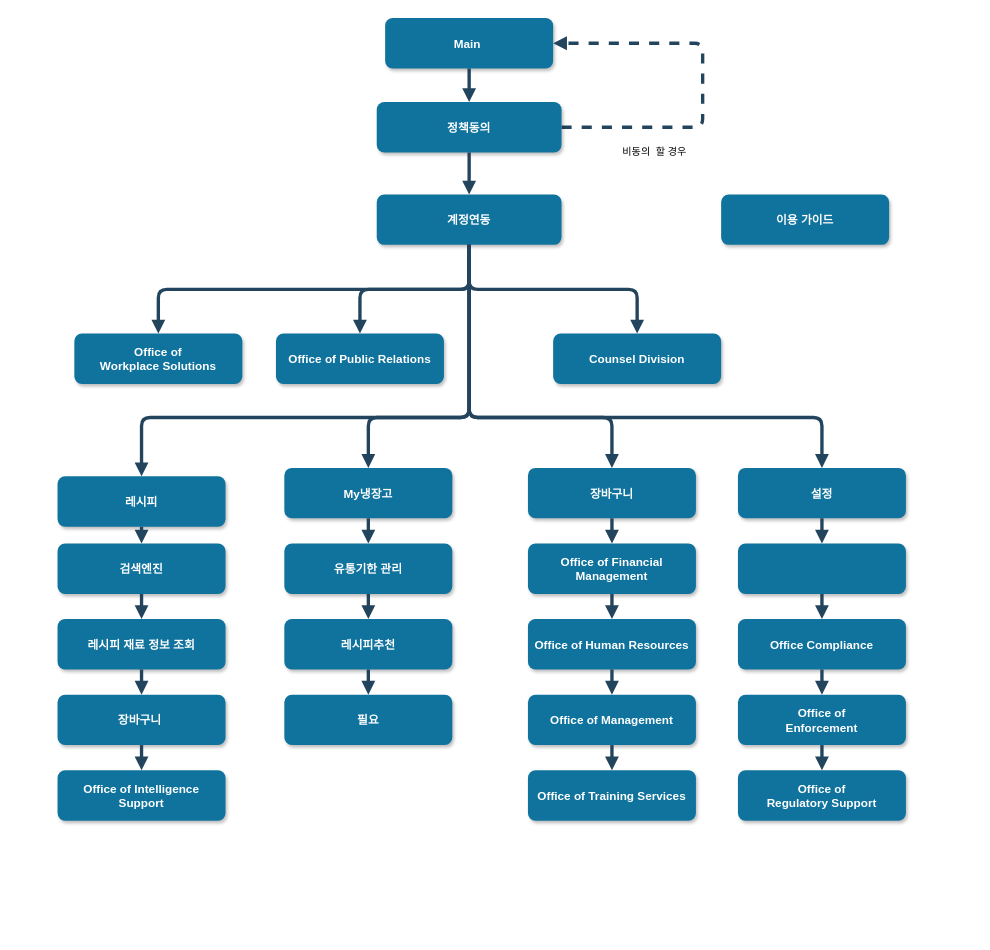
The draw.io diagram Untitled Diagram.drawio in rlaqhrns/Main_sub, before the edit. Source tidied: cells renumbered, new cells numbered last; positions are measured from the earlier drawing's top-left corner, leaving out a move shared by most shapes. Both pictures are drawn from the tidied source at 84%, with x=0, y=0 at pixel (57, 18).
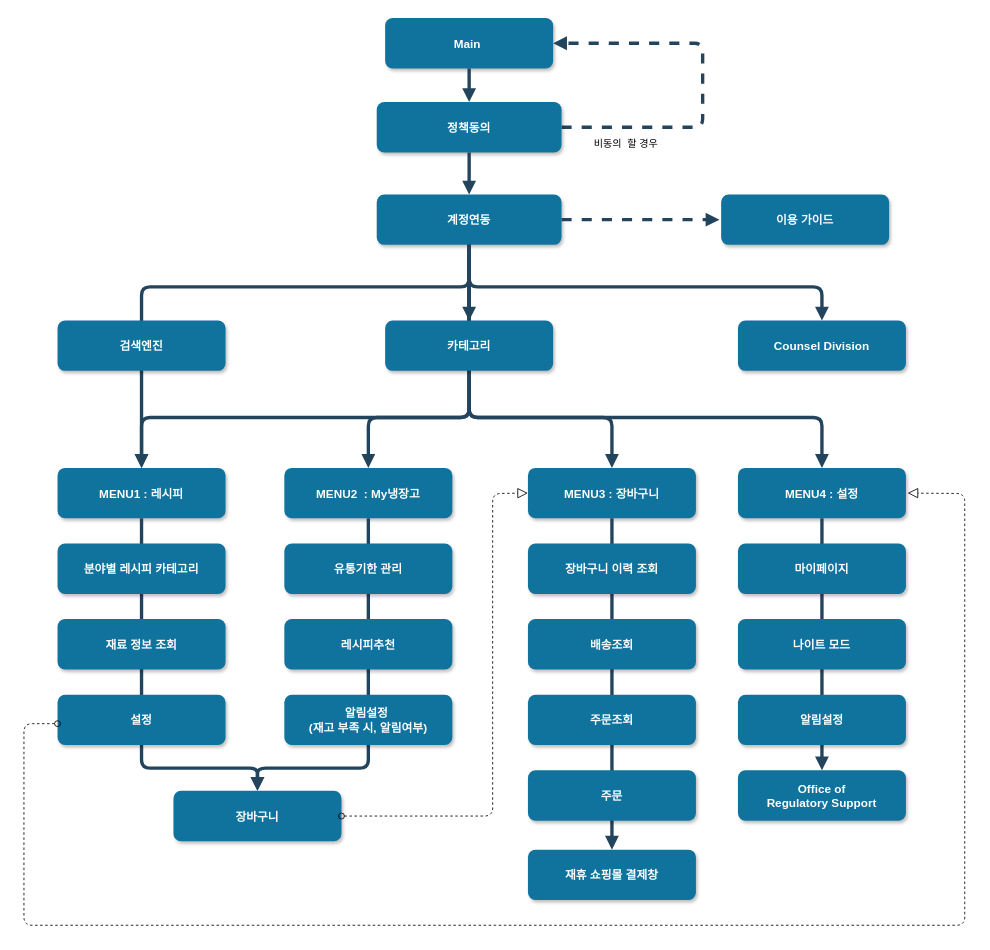
Above is the later version.

The change refers to these unchanged cells:
```xml
<mxCell id="3" value="계정연동" style="rounded=1;fillColor=#10739E;strokeColor=none;shadow=1;gradientColor=none;fontStyle=1;fontColor=#FFFFFF;fontSize=14;" parent="1" vertex="1">
  <mxGeometry x="380" y="210" width="220" height="60" as="geometry" />
</mxCell>
<mxCell id="26" value="Office of&#10; Regulatory Support" style="rounded=1;fillColor=#10739E;strokeColor=none;shadow=1;gradientColor=none;fontStyle=1;fontColor=#FFFFFF;fontSize=14;" parent="1" vertex="1">
  <mxGeometry x="810" y="895.5" width="200" height="60" as="geometry" />
</mxCell>
```

Change to the diagram source:
```diff
@@
-    <mxCell id="4" value="Office of &#10;Workplace Solutions" style="rounded=1;fillColor=#10739E;strokeColor=none;shadow=1;gradientColor=none;fontStyle=1;fontColor=#FFFFFF;fontSize=14;" parent="1" vertex="1">
-      <mxGeometry x="20" y="375.5" width="200" height="60" as="geometry" />
-    </mxCell>
-    <mxCell id="5" value="Office of Public Relations" style="rounded=1;fillColor=#10739E;strokeColor=none;shadow=1;gradientColor=none;fontStyle=1;fontColor=#FFFFFF;fontSize=14;" parent="1" vertex="1">
-      <mxGeometry x="260" y="375.5" width="200" height="60" as="geometry" />
-    </mxCell>
     <mxCell id="6" value="Counsel Division" style="rounded=1;fillColor=#10739E;strokeColor=none;shadow=1;gradientColor=none;fontStyle=1;fontColor=#FFFFFF;fontSize=14;" parent="1" vertex="1">
-      <mxGeometry x="590" y="375.5" width="200" height="60" as="geometry" />
+      <mxGeometry x="810" y="360" width="200" height="60" as="geometry" />
     </mxCell>
@@
-    <mxCell id="8" value="레시피" style="rounded=1;fillColor=#10739E;strokeColor=none;shadow=1;gradientColor=none;fontStyle=1;fontColor=#FFFFFF;fontSize=14;" parent="1" vertex="1">
-      <mxGeometry y="545.5" width="200" height="60" as="geometry" />
+    <mxCell id="8" value="MENU1 : 레시피" style="rounded=1;fillColor=#10739E;strokeColor=none;shadow=1;gradientColor=none;fontStyle=1;fontColor=#FFFFFF;fontSize=14;" parent="1" vertex="1">
+      <mxGeometry y="535.5" width="200" height="60" as="geometry" />
     </mxCell>
-    <mxCell id="9" value="검색엔진" style="rounded=1;fillColor=#10739E;strokeColor=none;shadow=1;gradientColor=none;fontStyle=1;fontColor=#FFFFFF;fontSize=14;" parent="1" vertex="1">
-      <mxGeometry y="625.5" width="200" height="60" as="geometry" />
-    </mxCell>
-    <mxCell id="10" value="레시피 재료 정보 조회" style="rounded=1;fillColor=#10739E;strokeColor=none;shadow=1;gradientColor=none;fontStyle=1;fontColor=#FFFFFF;fontSize=14;" parent="1" vertex="1">
-      <mxGeometry y="715.5" width="200" height="60" as="geometry" />
-    </mxCell>
-    <mxCell id="11" value="장바구니 " style="rounded=1;fillColor=#10739E;strokeColor=none;shadow=1;gradientColor=none;fontStyle=1;fontColor=#FFFFFF;fontSize=14;" parent="1" vertex="1">
-      <mxGeometry y="805.5" width="200" height="60" as="geometry" />
-    </mxCell>
-    <mxCell id="12" value="Office of Intelligence &#10;Support" style="rounded=1;fillColor=#10739E;strokeColor=none;shadow=1;gradientColor=none;fontStyle=1;fontColor=#FFFFFF;fontSize=14;" parent="1" vertex="1">
-      <mxGeometry y="895.5" width="200" height="60" as="geometry" />
+    <mxCell id="12" value="장바구니" style="rounded=1;fillColor=#10739E;strokeColor=none;shadow=1;gradientColor=none;fontStyle=1;fontColor=#FFFFFF;fontSize=14;" parent="1" vertex="1">
+      <mxGeometry x="138" y="920" width="200" height="60" as="geometry" />
     </mxCell>
-    <mxCell id="13" value="My냉장고" style="rounded=1;fillColor=#10739E;strokeColor=none;shadow=1;gradientColor=none;fontStyle=1;fontColor=#FFFFFF;fontSize=14;" parent="1" vertex="1">
+    <mxCell id="13" value="MENU2  : My냉장고" style="rounded=1;fillColor=#10739E;strokeColor=none;shadow=1;gradientColor=none;fontStyle=1;fontColor=#FFFFFF;fontSize=14;" parent="1" vertex="1">
       <mxGeometry x="270" y="535.5" width="200" height="60" as="geometry" />
     </mxCell>
-    <mxCell id="14" value="유통기한 관리" style="rounded=1;fillColor=#10739E;strokeColor=none;shadow=1;gradientColor=none;fontStyle=1;fontColor=#FFFFFF;fontSize=14;" parent="1" vertex="1">
-      <mxGeometry x="270" y="625.5" width="200" height="60" as="geometry" />
-    </mxCell>
-    <mxCell id="15" value="레시피추천" style="rounded=1;fillColor=#10739E;strokeColor=none;shadow=1;gradientColor=none;fontStyle=1;fontColor=#FFFFFF;fontSize=14;" parent="1" vertex="1">
-      <mxGeometry x="270" y="715.5" width="200" height="60" as="geometry" />
-    </mxCell>
-    <mxCell id="16" value="필요" style="rounded=1;fillColor=#10739E;strokeColor=none;shadow=1;gradientColor=none;fontStyle=1;fontColor=#FFFFFF;fontSize=14;" parent="1" vertex="1">
-      <mxGeometry x="270" y="805.5" width="200" height="60" as="geometry" />
-    </mxCell>
-    <mxCell id="17" value="장바구니" style="rounded=1;fillColor=#10739E;strokeColor=none;shadow=1;gradientColor=none;fontStyle=1;fontColor=#FFFFFF;fontSize=14;" parent="1" vertex="1">
+    <mxCell id="17" value="MENU3 : 장바구니" style="rounded=1;fillColor=#10739E;strokeColor=none;shadow=1;gradientColor=none;fontStyle=1;fontColor=#FFFFFF;fontSize=14;" parent="1" vertex="1">
       <mxGeometry x="560" y="535.5" width="200" height="60" as="geometry" />
     </mxCell>
-    <mxCell id="18" value="Office of Financial &#10;Management" style="rounded=1;fillColor=#10739E;strokeColor=none;shadow=1;gradientColor=none;fontStyle=1;fontColor=#FFFFFF;fontSize=14;" parent="1" vertex="1">
-      <mxGeometry x="560" y="625.5" width="200" height="60" as="geometry" />
-    </mxCell>
-    <mxCell id="19" value="Office of Human Resources" style="rounded=1;fillColor=#10739E;strokeColor=none;shadow=1;gradientColor=none;fontStyle=1;fontColor=#FFFFFF;fontSize=14;" parent="1" vertex="1">
-      <mxGeometry x="560" y="715.5" width="200" height="60" as="geometry" />
-    </mxCell>
-    <mxCell id="20" value="Office of Management " style="rounded=1;fillColor=#10739E;strokeColor=none;shadow=1;gradientColor=none;fontStyle=1;fontColor=#FFFFFF;fontSize=14;" parent="1" vertex="1">
-      <mxGeometry x="560" y="805.5" width="200" height="60" as="geometry" />
-    </mxCell>
-    <mxCell id="21" value="Office of Training Services" style="rounded=1;fillColor=#10739E;strokeColor=none;shadow=1;gradientColor=none;fontStyle=1;fontColor=#FFFFFF;fontSize=14;" parent="1" vertex="1">
-      <mxGeometry x="560" y="895.5" width="200" height="60" as="geometry" />
-    </mxCell>
-    <mxCell id="22" value="설정" style="rounded=1;fillColor=#10739E;strokeColor=none;shadow=1;gradientColor=none;fontStyle=1;fontColor=#FFFFFF;fontSize=14;" parent="1" vertex="1">
+    <mxCell id="22" value="MENU4 : 설정" style="rounded=1;fillColor=#10739E;strokeColor=none;shadow=1;gradientColor=none;fontStyle=1;fontColor=#FFFFFF;fontSize=14;" parent="1" vertex="1">
       <mxGeometry x="810" y="535.5" width="200" height="60" as="geometry" />
     </mxCell>
-    <mxCell id="23" style="rounded=1;fillColor=#10739E;strokeColor=none;shadow=1;gradientColor=none;fontStyle=1;fontColor=#FFFFFF;fontSize=14;" parent="1" vertex="1">
-      <mxGeometry x="810" y="625.5" width="200" height="60" as="geometry" />
-    </mxCell>
-    <mxCell id="24" value="Office Compliance" style="rounded=1;fillColor=#10739E;strokeColor=none;shadow=1;gradientColor=none;fontStyle=1;fontColor=#FFFFFF;fontSize=14;" parent="1" vertex="1">
-      <mxGeometry x="810" y="715.5" width="200" height="60" as="geometry" />
-    </mxCell>
-    <mxCell id="25" value="Office of &#10;Enforcement" style="rounded=1;fillColor=#10739E;strokeColor=none;shadow=1;gradientColor=none;fontStyle=1;fontColor=#FFFFFF;fontSize=14;" parent="1" vertex="1">
-      <mxGeometry x="810" y="805.5" width="200" height="60" as="geometry" />
-    </mxCell>
@@
-    <mxCell id="29" style="edgeStyle=elbowEdgeStyle;elbow=vertical;strokeWidth=4;endArrow=block;endFill=1;fontStyle=1;strokeColor=#23445D;" parent="1" edge="1" source="3" target="4">
-      <mxGeometry x="22" y="165.5" as="geometry" />
+    <mxCell id="29" style="edgeStyle=elbowEdgeStyle;elbow=vertical;strokeWidth=4;endArrow=block;endFill=1;fontStyle=1;strokeColor=#23445D;entryX=0.5;entryY=0;entryDx=0;entryDy=0;" parent="1" edge="1" source="3" target="8">
+      <mxGeometry x="22" y="165.5" as="geometry">
+        <Array as="points">
+          <mxPoint x="288" y="320" />
+        </Array>
+      </mxGeometry>
     </mxCell>
     <mxCell id="30" style="edgeStyle=elbowEdgeStyle;elbow=vertical;strokeWidth=4;endArrow=block;endFill=1;fontStyle=1;strokeColor=#23445D;" parent="1" edge="1" source="3" target="6">
-      <mxGeometry x="22" y="165.5" as="geometry" />
+      <mxGeometry x="22" y="165.5" as="geometry">
+        <Array as="points">
+          <mxPoint x="698" y="320" />
+        </Array>
+      </mxGeometry>
     </mxCell>
@@
-    <mxCell id="32" style="edgeStyle=elbowEdgeStyle;elbow=vertical;strokeWidth=4;endArrow=block;endFill=1;fontStyle=1;strokeColor=#23445D;" parent="1" edge="1" source="3" target="8">
+    <mxCell id="32" style="edgeStyle=elbowEdgeStyle;elbow=vertical;strokeWidth=4;endArrow=block;endFill=1;fontStyle=1;strokeColor=#23445D;entryX=0.5;entryY=0;entryDx=0;entryDy=0;" parent="1" edge="1" source="3" target="8">
       <mxGeometry x="22" y="165.5" as="geometry">
         <Array as="points">
           <mxPoint x="270" y="475.5" />
         </Array>
       </mxGeometry>
     </mxCell>
@@
-    <mxCell id="34" style="edgeStyle=elbowEdgeStyle;elbow=vertical;strokeWidth=4;endArrow=block;endFill=1;fontStyle=1;strokeColor=#23445D;" parent="1" edge="1" source="8" target="9">
+    <mxCell id="34" style="edgeStyle=elbowEdgeStyle;elbow=vertical;strokeWidth=4;endArrow=block;endFill=1;fontStyle=1;strokeColor=#23445D;entryX=0.5;entryY=1;entryDx=0;entryDy=0;" parent="1" edge="1" source="8" target="11">
       <mxGeometry x="62" y="165.5" as="geometry" />
     </mxCell>
-    <mxCell id="35" style="edgeStyle=elbowEdgeStyle;elbow=vertical;strokeWidth=4;endArrow=block;endFill=1;fontStyle=1;strokeColor=#23445D;" parent="1" edge="1" source="9" target="10">
-      <mxGeometry x="62" y="175.5" as="geometry" />
-    </mxCell>
-    <mxCell id="36" style="edgeStyle=elbowEdgeStyle;elbow=vertical;strokeWidth=4;endArrow=block;endFill=1;fontStyle=1;strokeColor=#23445D;" parent="1" edge="1" source="10" target="11">
-      <mxGeometry x="62" y="185.5" as="geometry" />
-    </mxCell>
@@
-    <mxCell id="38" style="edgeStyle=elbowEdgeStyle;elbow=vertical;strokeWidth=4;endArrow=block;endFill=1;fontStyle=1;strokeColor=#23445D;" parent="1" edge="1" source="13" target="14">
+    <mxCell id="38" style="edgeStyle=elbowEdgeStyle;elbow=vertical;strokeWidth=4;endArrow=block;endFill=1;fontStyle=1;strokeColor=#23445D;entryX=0.5;entryY=1;entryDx=0;entryDy=0;" parent="1" edge="1" source="13" target="16">
       <mxGeometry x="62" y="165.5" as="geometry" />
     </mxCell>
-    <mxCell id="39" style="edgeStyle=elbowEdgeStyle;elbow=vertical;strokeWidth=4;endArrow=block;endFill=1;fontStyle=1;strokeColor=#23445D;" parent="1" edge="1" source="14" target="15">
-      <mxGeometry x="62" y="175.5" as="geometry" />
-    </mxCell>
-    <mxCell id="40" style="edgeStyle=elbowEdgeStyle;elbow=vertical;strokeWidth=4;endArrow=block;endFill=1;fontStyle=1;strokeColor=#23445D;" parent="1" edge="1" source="15" target="16">
-      <mxGeometry x="62" y="185.5" as="geometry" />
-    </mxCell>
-    <mxCell id="41" style="edgeStyle=elbowEdgeStyle;elbow=vertical;strokeWidth=4;endArrow=block;endFill=1;fontStyle=1;strokeColor=#23445D;" parent="1" edge="1" source="17" target="18">
+    <mxCell id="41" style="edgeStyle=elbowEdgeStyle;elbow=vertical;strokeWidth=4;endArrow=block;endFill=1;fontStyle=1;strokeColor=#23445D;entryX=0.5;entryY=0;entryDx=0;entryDy=0;" parent="1" edge="1" source="17" target="58">
       <mxGeometry x="72" y="165.5" as="geometry" />
     </mxCell>
-    <mxCell id="42" style="edgeStyle=elbowEdgeStyle;elbow=vertical;strokeWidth=4;endArrow=block;endFill=1;fontStyle=1;strokeColor=#23445D;" parent="1" edge="1" source="18" target="19">
-      <mxGeometry x="72" y="175.5" as="geometry" />
-    </mxCell>
-    <mxCell id="43" style="edgeStyle=elbowEdgeStyle;elbow=vertical;strokeWidth=4;endArrow=block;endFill=1;fontStyle=1;strokeColor=#23445D;" parent="1" edge="1" source="19" target="20">
-      <mxGeometry x="72" y="185.5" as="geometry" />
-    </mxCell>
-    <mxCell id="44" style="edgeStyle=elbowEdgeStyle;elbow=vertical;strokeWidth=4;endArrow=block;endFill=1;fontStyle=1;strokeColor=#23445D;" parent="1" edge="1" source="20" target="21">
-      <mxGeometry x="72" y="195.5" as="geometry" />
-    </mxCell>
-    <mxCell id="45" style="edgeStyle=elbowEdgeStyle;elbow=vertical;strokeWidth=4;endArrow=block;endFill=1;fontStyle=1;strokeColor=#23445D;" parent="1" edge="1" source="22" target="23">
-      <mxGeometry x="72" y="165.5" as="geometry" />
-    </mxCell>
-    <mxCell id="46" style="edgeStyle=elbowEdgeStyle;elbow=vertical;strokeWidth=4;endArrow=block;endFill=1;fontStyle=1;strokeColor=#23445D;" parent="1" edge="1" source="23" target="24">
-      <mxGeometry x="72" y="175.5" as="geometry" />
-    </mxCell>
-    <mxCell id="47" style="edgeStyle=elbowEdgeStyle;elbow=vertical;strokeWidth=4;endArrow=block;endFill=1;fontStyle=1;strokeColor=#23445D;" parent="1" edge="1" source="24" target="25">
-      <mxGeometry x="72" y="185.5" as="geometry" />
-    </mxCell>
-    <mxCell id="48" style="edgeStyle=elbowEdgeStyle;elbow=vertical;strokeWidth=4;endArrow=block;endFill=1;fontStyle=1;strokeColor=#23445D;" parent="1" edge="1" source="25" target="26">
-      <mxGeometry x="72" y="195.5" as="geometry" />
-    </mxCell>
@@
     <mxCell id="53" value="비동의&amp;nbsp; 할 경우" style="text;html=1;strokeColor=none;fillColor=none;align=center;verticalAlign=middle;whiteSpace=wrap;rounded=0;" parent="1" vertex="1">
-      <mxGeometry x="662" y="150" width="98" height="20" as="geometry" />
+      <mxGeometry x="628" y="140" width="98" height="20" as="geometry" />
     </mxCell>
+    <mxCell id="54" style="edgeStyle=elbowEdgeStyle;elbow=vertical;strokeWidth=4;endArrow=block;endFill=1;fontStyle=1;strokeColor=#23445D;exitX=0.5;exitY=1;exitDx=0;exitDy=0;entryX=0.5;entryY=0;entryDx=0;entryDy=0;" parent="1" edge="1" source="16" target="12">
+      <mxGeometry x="72" y="205.5" as="geometry" />
+    </mxCell>
+    <mxCell id="9" value="분야별 레시피 카테고리" style="rounded=1;fillColor=#10739E;strokeColor=none;shadow=1;gradientColor=none;fontStyle=1;fontColor=#FFFFFF;fontSize=14;" parent="1" vertex="1">
+      <mxGeometry y="625.5" width="200" height="60" as="geometry" />
+    </mxCell>
+    <mxCell id="10" value="재료 정보 조회" style="rounded=1;fillColor=#10739E;strokeColor=none;shadow=1;gradientColor=none;fontStyle=1;fontColor=#FFFFFF;fontSize=14;" parent="1" vertex="1">
+      <mxGeometry y="715.5" width="200" height="60" as="geometry" />
+    </mxCell>
+    <mxCell id="11" value="설정" style="rounded=1;fillColor=#10739E;strokeColor=none;shadow=1;gradientColor=none;fontStyle=1;fontColor=#FFFFFF;fontSize=14;" parent="1" vertex="1">
+      <mxGeometry y="805.5" width="200" height="60" as="geometry" />
+    </mxCell>
+    <mxCell id="16" value="알림설정 &#10;(재고 부족 시, 알림여부)" style="rounded=1;fillColor=#10739E;strokeColor=none;shadow=1;gradientColor=none;fontStyle=1;fontColor=#FFFFFF;fontSize=14;" parent="1" vertex="1">
+      <mxGeometry x="270" y="805.5" width="200" height="60" as="geometry" />
+    </mxCell>
+    <mxCell id="15" value="레시피추천" style="rounded=1;fillColor=#10739E;strokeColor=none;shadow=1;gradientColor=none;fontStyle=1;fontColor=#FFFFFF;fontSize=14;" parent="1" vertex="1">
+      <mxGeometry x="270" y="715.5" width="200" height="60" as="geometry" />
+    </mxCell>
+    <mxCell id="14" value="유통기한 관리" style="rounded=1;fillColor=#10739E;strokeColor=none;shadow=1;gradientColor=none;fontStyle=1;fontColor=#FFFFFF;fontSize=14;" parent="1" vertex="1">
+      <mxGeometry x="270" y="625.5" width="200" height="60" as="geometry" />
+    </mxCell>
+    <mxCell id="18" value="장바구니 이력 조회" style="rounded=1;fillColor=#10739E;strokeColor=none;shadow=1;gradientColor=none;fontStyle=1;fontColor=#FFFFFF;fontSize=14;" parent="1" vertex="1">
+      <mxGeometry x="560" y="625.5" width="200" height="60" as="geometry" />
+    </mxCell>
+    <mxCell id="19" value="배송조회" style="rounded=1;fillColor=#10739E;strokeColor=none;shadow=1;gradientColor=none;fontStyle=1;fontColor=#FFFFFF;fontSize=14;" parent="1" vertex="1">
+      <mxGeometry x="560" y="715.5" width="200" height="60" as="geometry" />
+    </mxCell>
+    <mxCell id="20" value="주문조회" style="rounded=1;fillColor=#10739E;strokeColor=none;shadow=1;gradientColor=none;fontStyle=1;fontColor=#FFFFFF;fontSize=14;" parent="1" vertex="1">
+      <mxGeometry x="560" y="805.5" width="200" height="60" as="geometry" />
+    </mxCell>
+    <mxCell id="5" value="카테고리" style="rounded=1;fillColor=#10739E;strokeColor=none;shadow=1;gradientColor=none;fontStyle=1;fontColor=#FFFFFF;fontSize=14;" parent="1" vertex="1">
+      <mxGeometry x="390" y="360" width="200" height="60" as="geometry" />
+    </mxCell>
+    <mxCell id="55" style="startArrow=oval;startFill=0;startSize=7;endArrow=block;endFill=0;endSize=10;dashed=1;html=1;exitX=1;exitY=0.5;exitDx=0;exitDy=0;entryX=0;entryY=0.5;entryDx=0;entryDy=0;" parent="1" edge="1" source="12" target="17">
+      <mxGeometry relative="1" as="geometry">
+        <Array as="points">
+          <mxPoint x="518" y="950" />
+          <mxPoint x="518" y="566" />
+        </Array>
+      </mxGeometry>
+    </mxCell>
+    <mxCell id="56" style="edgeStyle=elbowEdgeStyle;elbow=vertical;strokeWidth=4;endArrow=block;endFill=1;fontStyle=1;dashed=1;strokeColor=#23445D;exitX=1;exitY=0.5;exitDx=0;exitDy=0;" parent="1" edge="1" source="3">
+      <mxGeometry x="32" y="175.5" as="geometry">
+        <mxPoint x="788" y="240" as="targetPoint" />
+        <Array as="points">
+          <mxPoint x="698" y="240" />
+        </Array>
+      </mxGeometry>
+    </mxCell>
+    <mxCell id="4" value="검색엔진" style="rounded=1;fillColor=#10739E;strokeColor=none;shadow=1;gradientColor=none;fontStyle=1;fontColor=#FFFFFF;fontSize=14;" parent="1" vertex="1">
+      <mxGeometry y="360" width="200" height="60" as="geometry" />
+    </mxCell>
+    <mxCell id="57" style="startArrow=oval;startFill=0;startSize=7;endArrow=block;endFill=0;endSize=10;dashed=1;html=1;entryX=1;entryY=0.5;entryDx=0;entryDy=0;" parent="1" edge="1">
+      <mxGeometry relative="1" as="geometry">
+        <mxPoint y="840" as="sourcePoint" />
+        <mxPoint x="1012" y="565.5" as="targetPoint" />
+        <Array as="points">
+          <mxPoint x="-40" y="840" />
+          <mxPoint x="-40" y="1080" />
+          <mxPoint x="1080" y="1080" />
+          <mxPoint x="1080" y="566" />
+        </Array>
+      </mxGeometry>
+    </mxCell>
+    <mxCell id="58" value="재휴 쇼핑몰 결제창" style="rounded=1;fillColor=#10739E;strokeColor=none;shadow=1;gradientColor=none;fontStyle=1;fontColor=#FFFFFF;fontSize=14;" parent="1" vertex="1">
+      <mxGeometry x="560" y="990" width="200" height="60" as="geometry" />
+    </mxCell>
+    <mxCell id="21" value="주문" style="rounded=1;fillColor=#10739E;strokeColor=none;shadow=1;gradientColor=none;fontStyle=1;fontColor=#FFFFFF;fontSize=14;" parent="1" vertex="1">
+      <mxGeometry x="560" y="895.5" width="200" height="60" as="geometry" />
+    </mxCell>
+    <mxCell id="59" style="edgeStyle=elbowEdgeStyle;elbow=vertical;strokeWidth=4;endArrow=block;endFill=1;fontStyle=1;strokeColor=#23445D;entryX=0.5;entryY=0;entryDx=0;entryDy=0;exitX=0.5;exitY=1;exitDx=0;exitDy=0;" parent="1" edge="1" source="22" target="26">
+      <mxGeometry x="82" y="175.5" as="geometry" />
+    </mxCell>
+    <mxCell id="23" value="마이페이지" style="rounded=1;fillColor=#10739E;strokeColor=none;shadow=1;gradientColor=none;fontStyle=1;fontColor=#FFFFFF;fontSize=14;" parent="1" vertex="1">
+      <mxGeometry x="810" y="625.5" width="200" height="60" as="geometry" />
+    </mxCell>
+    <mxCell id="24" value="나이트 모드" style="rounded=1;fillColor=#10739E;strokeColor=none;shadow=1;gradientColor=none;fontStyle=1;fontColor=#FFFFFF;fontSize=14;" parent="1" vertex="1">
+      <mxGeometry x="810" y="715.5" width="200" height="60" as="geometry" />
+    </mxCell>
+    <mxCell id="25" value="알림설정" style="rounded=1;fillColor=#10739E;strokeColor=none;shadow=1;gradientColor=none;fontStyle=1;fontColor=#FFFFFF;fontSize=14;" parent="1" vertex="1">
+      <mxGeometry x="810" y="805.5" width="200" height="60" as="geometry" />
+    </mxCell>
```
